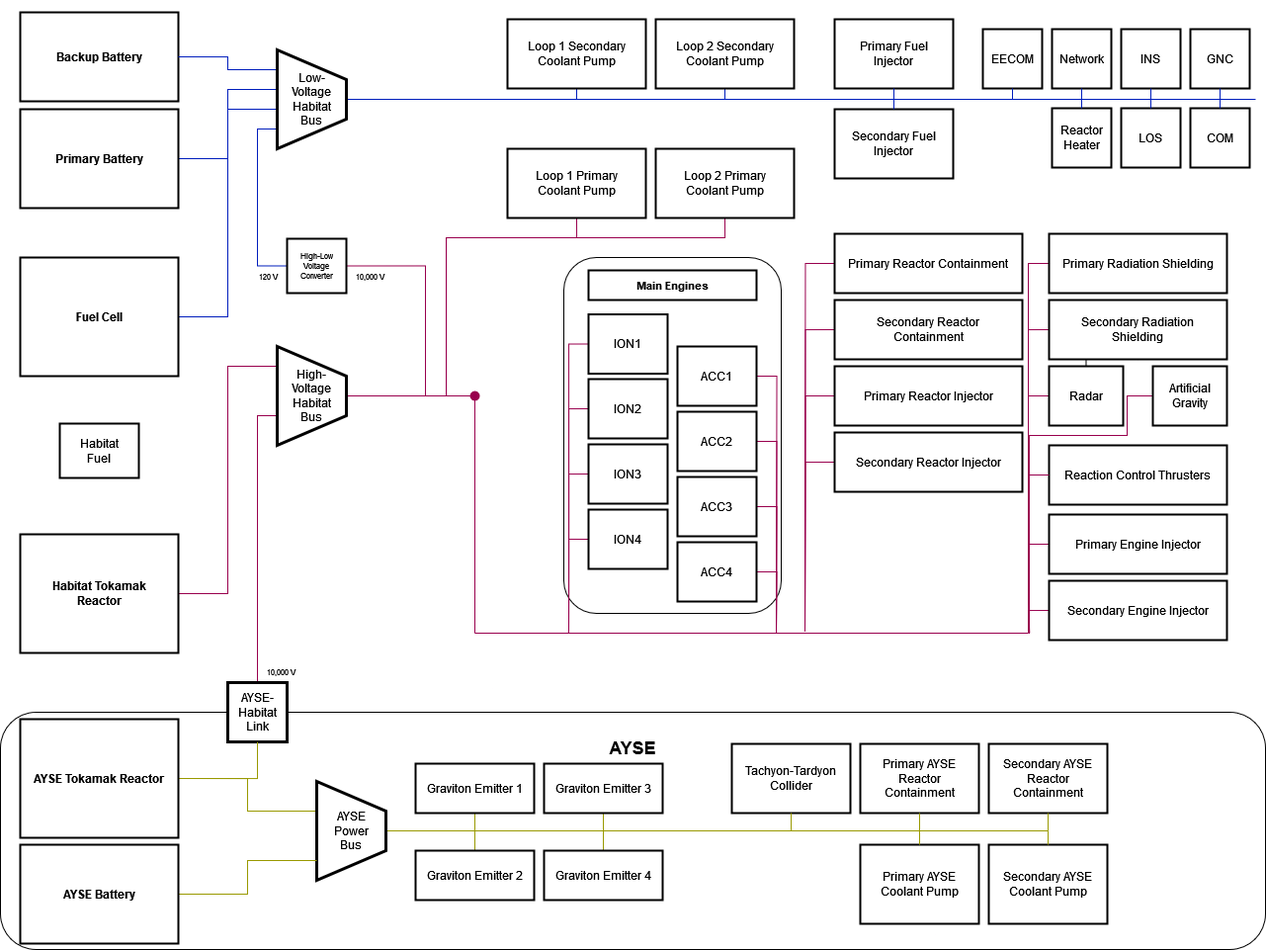
The draw.io diagram data/engineering/orbitx-powergrid.drawio.png in OCESS/orbitx, before a commit. Source tidied: cells renumbered, new cells last; positions are measured from the earlier drawing's top-left corner, leaving out a move shared by most shapes.
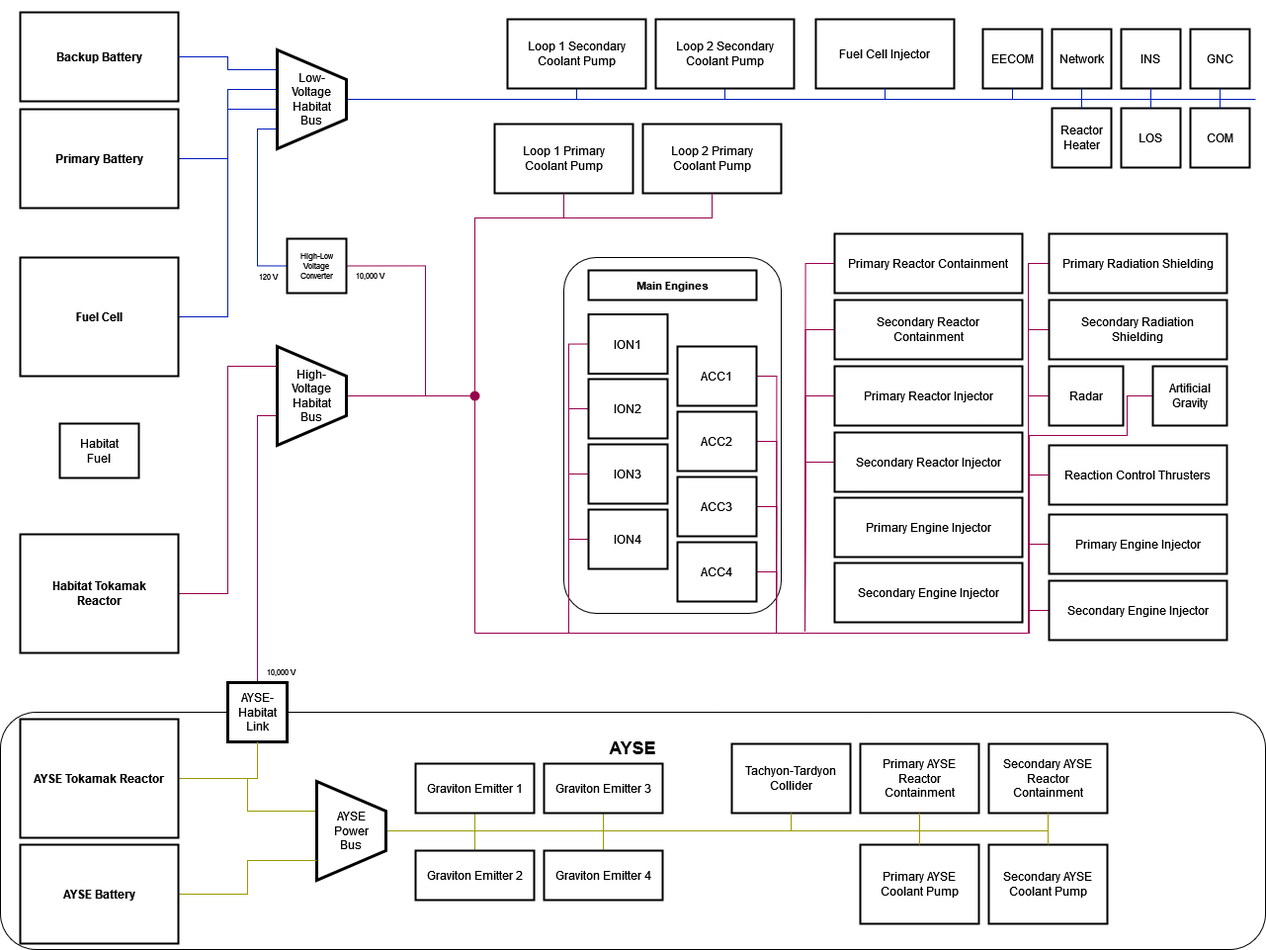
After the commit.

Commit message:
Changing fuel cell and engine injectors in png

The edit, as a diff of the source:
```diff
@@ -67,9 +67,6 @@
         </Array>
       </mxGeometry>
     </mxCell>
-    <mxCell id="16" style="edgeStyle=orthogonalEdgeStyle;rounded=0;jettySize=auto;html=1;" parent="1" edge="1" source="17" target="23">
-      <mxGeometry relative="1" as="geometry" />
-    </mxCell>
     <mxCell id="17" value="Radar" style="rounded=0;whiteSpace=wrap;html=1;shadow=0;dashed=0;strokeColor=default;strokeWidth=2;fontFamily=Helvetica;fontSize=12;fontColor=default;fillColor=default;spacing=6;spacingLeft=4;spacingRight=4;" parent="1" vertex="1">
       <mxGeometry x="1061" y="370" width="75" height="60" as="geometry" />
     </mxCell>
@@ -219,9 +216,6 @@
     <mxCell id="49" value="ACC4" style="rounded=0;html=1;shadow=0;dashed=0;strokeColor=default;strokeWidth=2;fontFamily=Helvetica;fontSize=12;fontColor=default;fillColor=default;whiteSpace=wrap;spacing=6;spacingLeft=4;spacingRight=4;" parent="1" vertex="1">
       <mxGeometry x="685" y="548" width="80" height="60" as="geometry" />
     </mxCell>
-    <mxCell id="50" value="Primary Fuel Injector" style="rounded=0;whiteSpace=wrap;html=1;shadow=0;dashed=0;strokeColor=default;strokeWidth=2;fontFamily=Helvetica;fontSize=12;fontColor=default;fillColor=default;spacing=6;spacingLeft=4;spacingRight=4;" parent="1" vertex="1">
-      <mxGeometry x="844" y="19" width="120" height="70" as="geometry" />
-    </mxCell>
     <mxCell id="51" style="html=1;rounded=0;labelBackgroundColor=default;strokeColor=#99004D;fontFamily=Helvetica;fontSize=11;fontColor=default;endArrow=none;endFill=0;spacing=6;spacingLeft=4;spacingRight=4;" parent="1" edge="1">
       <mxGeometry relative="1" as="geometry">
         <mxPoint x="480" y="640" as="sourcePoint" />
@@ -256,28 +250,8 @@
     <mxCell id="57" value="AYSE-Habitat Link" style="rounded=0;whiteSpace=wrap;html=1;fillColor=default;strokeWidth=3;spacing=6;spacingLeft=4;spacingRight=4;" parent="1" vertex="1">
       <mxGeometry x="230" y="690" width="60" height="60" as="geometry" />
     </mxCell>
-    <mxCell id="58" style="edgeStyle=orthogonalEdgeStyle;shape=connector;rounded=0;jettySize=auto;html=1;exitX=0.5;exitY=1;exitDx=0;exitDy=0;labelBackgroundColor=default;strokeColor=#99004D;fontFamily=Helvetica;fontSize=11;fontColor=default;endArrow=none;endFill=0;spacing=6;spacingLeft=4;spacingRight=4;" parent="1" edge="1" source="99">
-      <mxGeometry relative="1" as="geometry">
-        <mxPoint x="450" y="400" as="targetPoint" />
-        <Array as="points">
-          <mxPoint x="583" y="240" />
-          <mxPoint x="451" y="240" />
-          <mxPoint x="451" y="400" />
-        </Array>
-      </mxGeometry>
-    </mxCell>
-    <mxCell id="59" style="edgeStyle=orthogonalEdgeStyle;shape=connector;rounded=0;jettySize=auto;html=1;exitX=0.5;exitY=1;exitDx=0;exitDy=0;labelBackgroundColor=default;strokeColor=#99004D;fontFamily=Helvetica;fontSize=11;fontColor=default;endArrow=none;endFill=0;spacing=6;spacingLeft=4;spacingRight=4;" parent="1" edge="1" source="60">
-      <mxGeometry relative="1" as="geometry">
-        <mxPoint x="450" y="400" as="targetPoint" />
-        <Array as="points">
-          <mxPoint x="733" y="240" />
-          <mxPoint x="451" y="240" />
-          <mxPoint x="451" y="400" />
-        </Array>
-      </mxGeometry>
-    </mxCell>
     <mxCell id="60" value="Loop 2 Primary Coolant Pump" style="rounded=0;html=1;shadow=0;dashed=0;strokeColor=default;strokeWidth=2;fontFamily=Helvetica;fontSize=12;fontColor=default;fillColor=default;whiteSpace=wrap;spacing=6;spacingLeft=4;spacingRight=4;" parent="1" vertex="1">
-      <mxGeometry x="663" y="150" width="140" height="70" as="geometry" />
+      <mxGeometry x="650" y="125" width="140" height="70" as="geometry" />
     </mxCell>
     <mxCell id="61" style="edgeStyle=orthogonalEdgeStyle;shape=connector;rounded=0;jettySize=auto;html=1;exitX=0.5;exitY=1;exitDx=0;exitDy=0;labelBackgroundColor=default;strokeColor=#001DBC;fontFamily=Helvetica;fontSize=11;fontColor=default;endArrow=none;endFill=0;spacing=6;spacingLeft=4;spacingRight=4;" parent="1" edge="1" source="62">
       <mxGeometry relative="1" as="geometry">
@@ -416,7 +390,7 @@
       <mxGeometry x="1064" y="109" width="60" height="60" as="geometry" />
     </mxCell>
     <mxCell id="99" value="Loop 1 Primary Coolant Pump" style="rounded=0;html=1;shadow=0;dashed=0;strokeColor=default;strokeWidth=2;fontFamily=Helvetica;fontSize=12;fontColor=default;fillColor=default;whiteSpace=wrap;spacing=6;spacingLeft=4;spacingRight=4;" parent="1" vertex="1">
-      <mxGeometry x="513" y="150" width="140" height="70" as="geometry" />
+      <mxGeometry x="500" y="125" width="140" height="70" as="geometry" />
     </mxCell>
     <mxCell id="100" style="edgeStyle=orthogonalEdgeStyle;shape=connector;rounded=0;jettySize=auto;html=1;exitX=0;exitY=0.2;exitDx=0;exitDy=0;exitPerimeter=0;labelBackgroundColor=default;strokeColor=#001DBC;fontFamily=Helvetica;fontSize=11;fontColor=default;endArrow=none;endFill=0;spacing=6;spacingLeft=4;spacingRight=4;entryX=1;entryY=0.5;entryDx=0;entryDy=0;" parent="1" edge="1" source="101" target="95">
       <mxGeometry relative="1" as="geometry">
@@ -454,19 +428,6 @@
         <mxPoint x="1060" y="840" as="targetPoint" />
       </mxGeometry>
     </mxCell>
-    <mxCell id="107" value="Secondary Fuel Injector" style="rounded=0;whiteSpace=wrap;html=1;shadow=0;dashed=0;strokeColor=default;strokeWidth=2;fontFamily=Helvetica;fontSize=12;fontColor=default;fillColor=default;spacing=6;spacingLeft=4;spacingRight=4;" parent="1" vertex="1">
-      <mxGeometry x="844" y="110" width="120" height="70" as="geometry" />
-    </mxCell>
-    <mxCell id="108" style="edgeStyle=orthogonalEdgeStyle;shape=connector;rounded=0;jettySize=auto;html=1;exitX=0.5;exitY=1;exitDx=0;exitDy=0;labelBackgroundColor=default;strokeColor=#001DBC;fontFamily=Helvetica;fontSize=11;fontColor=default;endArrow=none;endFill=0;spacing=6;spacingLeft=4;spacingRight=4;" parent="1" edge="1" source="50">
-      <mxGeometry relative="1" as="geometry">
-        <mxPoint x="904" y="100" as="targetPoint" />
-      </mxGeometry>
-    </mxCell>
-    <mxCell id="109" style="edgeStyle=orthogonalEdgeStyle;shape=connector;rounded=0;jettySize=auto;html=1;exitX=0.5;exitY=0;exitDx=0;exitDy=0;labelBackgroundColor=default;strokeColor=#001DBC;fontFamily=Helvetica;fontSize=11;fontColor=default;endArrow=none;endFill=0;spacing=6;spacingLeft=4;spacingRight=4;" parent="1" edge="1" source="107">
-      <mxGeometry relative="1" as="geometry">
-        <mxPoint x="904" y="100" as="targetPoint" />
-      </mxGeometry>
-    </mxCell>
     <mxCell id="110" style="edgeStyle=orthogonalEdgeStyle;shape=connector;rounded=0;jettySize=auto;html=1;exitX=0.5;exitY=1;exitDx=0;exitDy=0;labelBackgroundColor=default;strokeColor=#001DBC;fontFamily=Helvetica;fontSize=11;fontColor=default;endArrow=none;endFill=0;spacing=6;spacingLeft=4;spacingRight=4;" parent="1" edge="1" source="70">
       <mxGeometry relative="1" as="geometry">
         <mxPoint x="1024" y="100" as="targetPoint" />
@@ -502,5 +463,35 @@
         <mxPoint x="1234" y="100" as="targetPoint" />
       </mxGeometry>
     </mxCell>
+    <mxCell id="117" value="&lt;div&gt;Primary Engine Injector&lt;/div&gt;" style="rounded=0;whiteSpace=wrap;html=1;shadow=0;dashed=0;strokeColor=default;strokeWidth=2;fontFamily=Helvetica;fontSize=12;fontColor=default;fillColor=default;spacing=6;spacingLeft=4;spacingRight=4;" parent="1" vertex="1">
+      <mxGeometry x="844" y="503" width="190" height="60" as="geometry" />
+    </mxCell>
+    <mxCell id="118" value="Secondary Engine Injector" style="rounded=0;whiteSpace=wrap;html=1;shadow=0;dashed=0;strokeColor=default;strokeWidth=2;fontFamily=Helvetica;fontSize=12;fontColor=default;fillColor=default;spacing=6;spacingLeft=4;spacingRight=4;" parent="1" vertex="1">
+      <mxGeometry x="844" y="569" width="190" height="60" as="geometry" />
+    </mxCell>
+    <mxCell id="119" value="Fuel Cell Injector" style="rounded=0;html=1;shadow=0;dashed=0;strokeColor=default;strokeWidth=2;fontFamily=Helvetica;fontSize=12;fontColor=default;fillColor=default;whiteSpace=wrap;spacing=6;spacingLeft=4;spacingRight=4;" parent="1" vertex="1">
+      <mxGeometry x="825" y="19" width="140" height="70" as="geometry" />
+    </mxCell>
+    <mxCell id="120" style="edgeStyle=orthogonalEdgeStyle;shape=connector;rounded=0;jettySize=auto;html=1;exitX=0.5;exitY=1;exitDx=0;exitDy=0;labelBackgroundColor=default;strokeColor=#001DBC;fontFamily=Helvetica;fontSize=11;fontColor=default;endArrow=none;endFill=0;spacing=6;spacingLeft=4;spacingRight=4;" parent="1" edge="1" source="119">
+      <mxGeometry relative="1" as="geometry">
+        <mxPoint x="895" y="100" as="targetPoint" />
+      </mxGeometry>
+    </mxCell>
+    <mxCell id="121" style="edgeStyle=orthogonalEdgeStyle;shape=connector;rounded=0;jettySize=auto;html=1;labelBackgroundColor=default;strokeColor=#99004D;fontFamily=Helvetica;fontSize=11;fontColor=default;endArrow=none;endFill=0;spacing=6;spacingLeft=4;spacingRight=4;exitX=0.5;exitY=1;exitDx=0;exitDy=0;entryX=0.367;entryY=0.258;entryDx=0;entryDy=0;entryPerimeter=0;" parent="1" edge="1" source="99" target="21">
+      <mxGeometry relative="1" as="geometry">
+        <Array as="points">
+          <mxPoint x="570" y="220" />
+          <mxPoint x="480" y="220" />
+        </Array>
+      </mxGeometry>
+    </mxCell>
+    <mxCell id="122" style="edgeStyle=orthogonalEdgeStyle;shape=connector;rounded=0;jettySize=auto;html=1;labelBackgroundColor=default;strokeColor=#99004D;fontFamily=Helvetica;fontSize=11;fontColor=default;endArrow=none;endFill=0;spacing=6;spacingLeft=4;spacingRight=4;exitX=0.5;exitY=1;exitDx=0;exitDy=0;entryX=0.408;entryY=0.175;entryDx=0;entryDy=0;entryPerimeter=0;" parent="1" edge="1" source="60" target="21">
+      <mxGeometry relative="1" as="geometry">
+        <Array as="points">
+          <mxPoint x="720" y="220" />
+          <mxPoint x="480" y="220" />
+        </Array>
+      </mxGeometry>
+    </mxCell>
   </root>
 </mxGraphModel>
```
